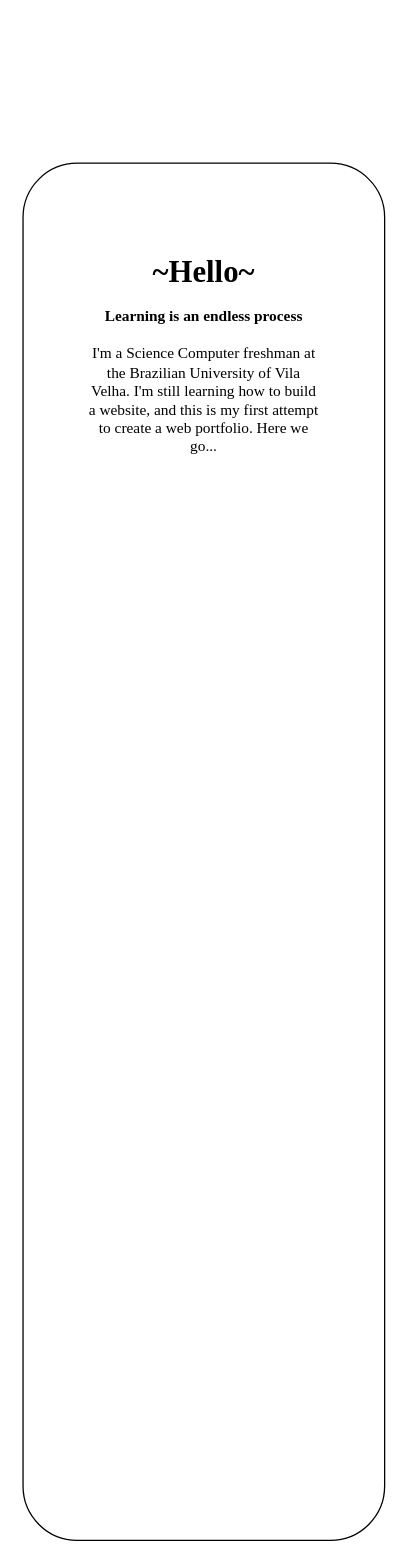
This is Portfolio Layout.drawio from raqlr/WebCC1M, a draw.io file, before an edit. Source tidied: cells renumbered, new cells numbered last; positions are measured from the earlier drawing's top-left corner, leaving out a move shared by most shapes. Both pictures are drawn from the tidied source at 128%, with x=0, y=0 at pixel (-485, 246).
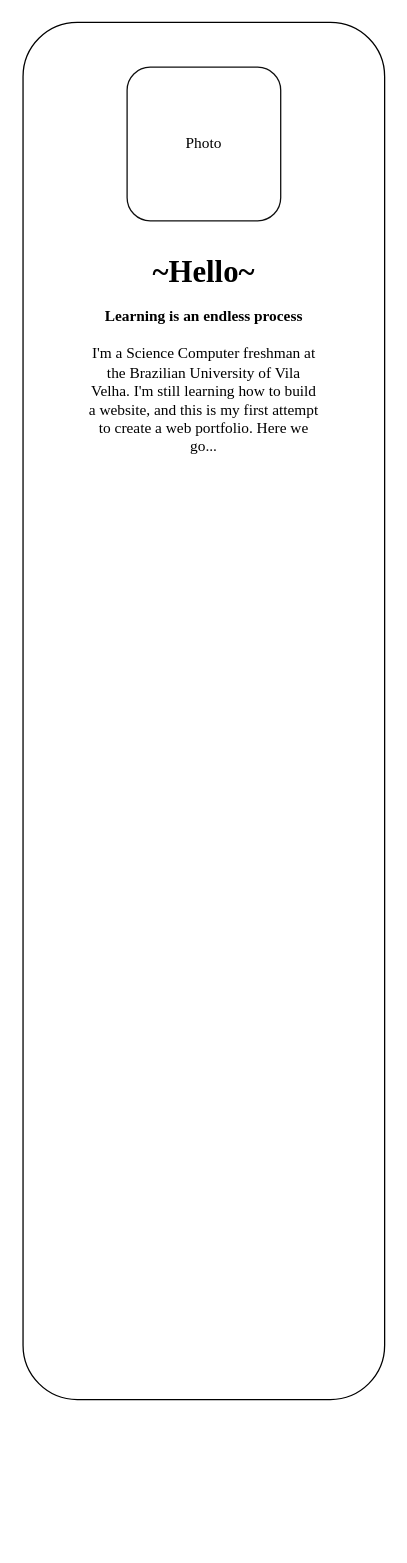
Above is the later version.

What changed in the source:
```diff
@@
 <mxGraphModel>
   <root>
     <mxCell id="0" />
     <mxCell id="1" parent="0" />
     <mxCell id="2" style="rounded=1;whiteSpace=wrap;html=1;rotation=90;shadow=0;glass=0;sketch=0;gradientDirection=east;" parent="1" vertex="1">
-      <mxGeometry x="-0.2" y="331.7" width="1075.9" height="282.5" as="geometry" />
+      <mxGeometry x="-0.2" y="221.7" width="1075.9" height="282.5" as="geometry" />
     </mxCell>
     <mxCell id="3" value="&lt;h1&gt;~Hello~&lt;/h1&gt;&lt;div&gt;&lt;br&gt;&lt;/div&gt;&lt;p&gt;I'm a Science Computer freshman at the Brazilian University of Vila Velha. I'm still learning how to build a website, and this is my first attempt to create a web portfolio. Here we go...&lt;/p&gt;" style="text;html=1;spacing=5;spacingTop=-20;whiteSpace=wrap;overflow=hidden;rounded=0;opacity=95;fontFamily=Times New Roman;align=center;fontColor=#000000;" parent="1" vertex="1">
       <mxGeometry x="442.8" width="190" height="170" as="geometry" />
     </mxCell>
     <mxCell id="4" value="&lt;h4&gt;Learning is an endless process&lt;/h4&gt;" style="text;html=1;strokeColor=none;fillColor=none;align=center;verticalAlign=middle;whiteSpace=wrap;rounded=0;fontFamily=Times New Roman;opacity=95;fontColor=#000000;" parent="1" vertex="1">
       <mxGeometry x="457.8" y="40" width="160" height="30" as="geometry" />
     </mxCell>
+    <mxCell id="5" style="rounded=1;whiteSpace=wrap;html=1;shadow=0;glass=0;sketch=0;fontFamily=Times New Roman;fontColor=#000000;strokeColor=default;strokeWidth=1;fillColor=none;gradientColor=#28169C;gradientDirection=east;opacity=95;" parent="1" vertex="1">
+      <mxGeometry x="477.8" y="-140" width="120" height="120" as="geometry" />
+    </mxCell>
+    <mxCell id="6" value="Photo" style="text;html=1;strokeColor=none;fillColor=none;align=center;verticalAlign=middle;whiteSpace=wrap;rounded=0;shadow=0;glass=0;sketch=0;fontFamily=Times New Roman;fontColor=#000000;opacity=95;" parent="1" vertex="1">
+      <mxGeometry x="507.8" y="-95" width="60" height="30" as="geometry" />
+    </mxCell>
   </root>
 </mxGraphModel>
```
